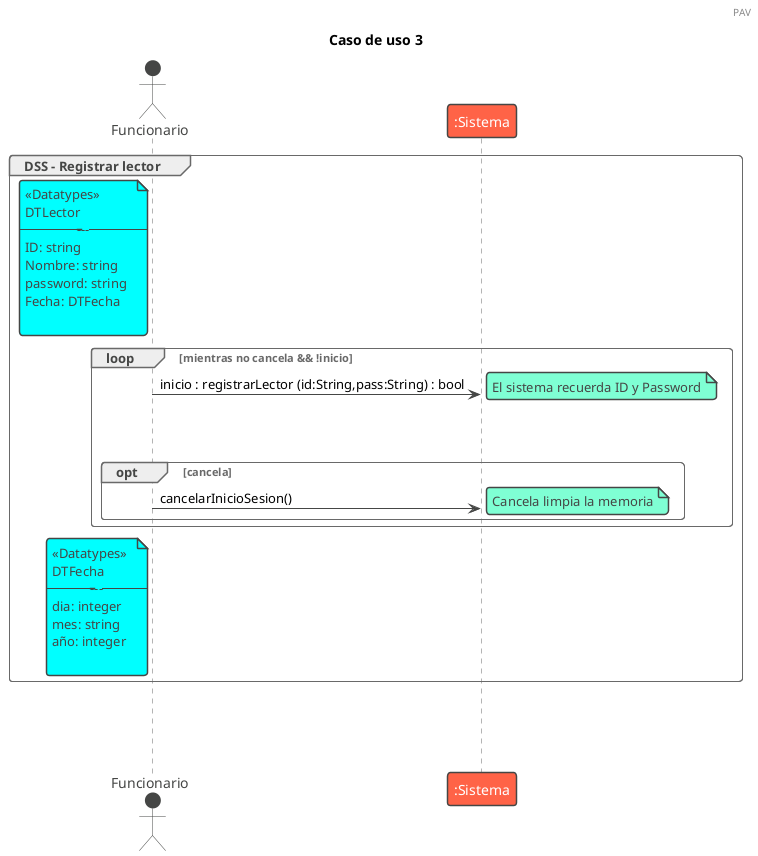
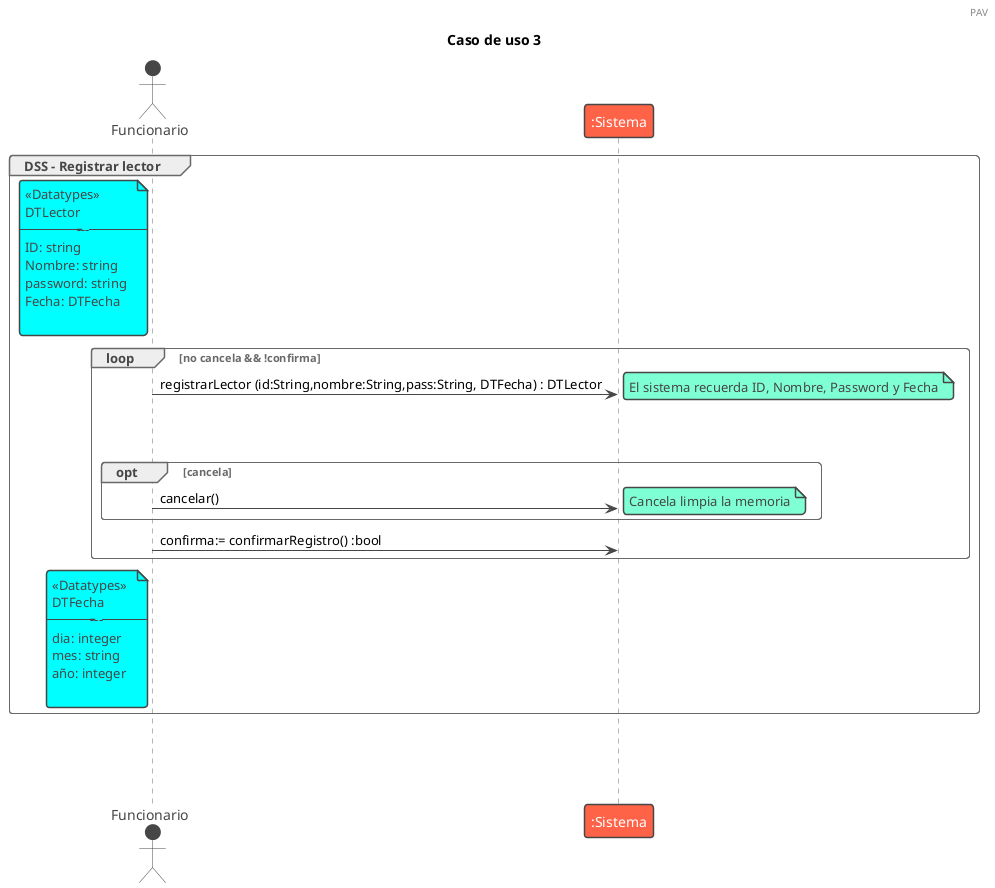
@startuml registrarLector
!theme vibrant
header PAV


title Caso de uso 3

group DSS - Registrar lector
Actor Funcionario

note left of Funcionario #aqua
<<Datatypes>>
DTLector
-----------
ID: string
Nombre: string
password: string
Fecha: DTFecha

end note



- loop mientras no cancela && !inicio
+ loop no cancela && !confirma

- Funcionario -> ":Sistema" : inicio : registrarLector (id:String,pass:String) : bool
+ Funcionario -> ":Sistema" : registrarLector (id:String,nombre:String,pass:String, DTFecha) : DTLector

- note right: El sistema recuerda ID y Password
+ note right: El sistema recuerda ID, Nombre, Password y Fecha

|||
|||
opt cancela
- Funcionario -> ":Sistema" : cancelarInicioSesion()
+ Funcionario -> ":Sistema" : cancelar()
note right: Cancela limpia la memoria
end

- 
+ Funcionario -> ":Sistema" : confirma:= confirmarRegistro() :bool



end


note left of Funcionario #aqua
<<Datatypes>>
DTFecha
-----------
dia: integer
mes: string
año: integer

end note


end
|||
|||
|||
@enduml